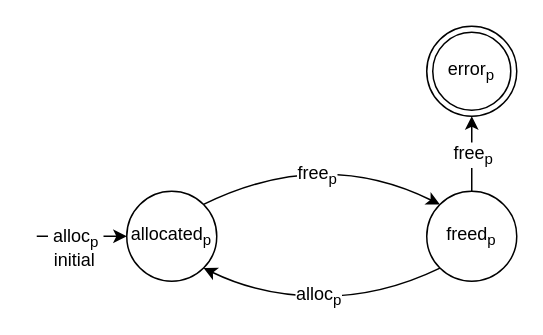
This is background/figures/double-free.drawio from andersfischernielsen/Finding-Resource-Manipulation-Bugs-with-Monitor-Automata-on-the-Example-of-the-Linux-Kernel, a draw.io file, before an edit. Source tidied: cells renumbered, new cells numbered last; positions are measured from the earlier drawing's top-left corner, leaving out a move shared by most shapes. Both pictures are drawn from the tidied source at 150%, with x=0, y=0 at pixel (36, 26).
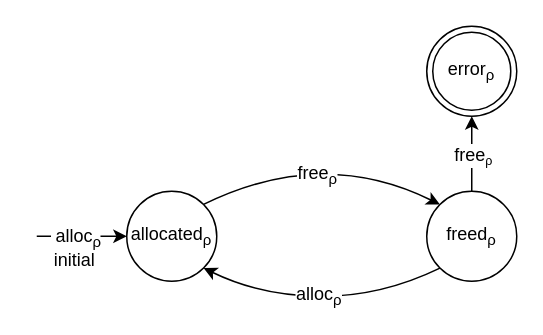
The same page after the edit.

Diff of the diagram source:
```diff
@@
 <mxGraphModel>
   <root>
     <mxCell id="0" />
     <mxCell id="1" parent="0" />
-    <mxCell id="2" value="allocated&lt;sub&gt;p&lt;/sub&gt;" style="ellipse;whiteSpace=wrap;html=1;" parent="1" vertex="1">
+    <mxCell id="2" value="allocated&lt;span style=&quot;white-space: nowrap ; background-color: rgb(255 , 255 , 255)&quot;&gt;&lt;sub&gt;ρ&lt;/sub&gt;&lt;/span&gt;" style="ellipse;whiteSpace=wrap;html=1;" parent="1" vertex="1">
       <mxGeometry x="60" y="110" width="60" height="60" as="geometry" />
     </mxCell>
     <mxCell id="3" style="endArrow=classic;html=1;exitX=0.5;exitY=0;exitDx=0;exitDy=0;" parent="1" edge="1" source="5">
       <mxGeometry relative="1" as="geometry">
         <mxPoint x="290" y="60" as="targetPoint" />
       </mxGeometry>
     </mxCell>
-    <mxCell id="4" value="free&lt;sub&gt;p&lt;/sub&gt;" style="text;html=1;align=center;verticalAlign=middle;labelBackgroundColor=#ffffff;" parent="3" vertex="1">
+    <mxCell id="4" value="free&lt;span style=&quot;font-size: 10px&quot;&gt;&lt;sub&gt;ρ&lt;/sub&gt;&lt;/span&gt;" style="text;html=1;align=center;verticalAlign=middle;labelBackgroundColor=#ffffff;" parent="3" vertex="1">
       <mxGeometry x="0.48" y="-2" relative="1" as="geometry">
         <mxPoint x="-2" y="12" as="offset" />
       </mxGeometry>
     </mxCell>
-    <mxCell id="5" value="freed&lt;sub&gt;p&lt;/sub&gt;" style="ellipse;whiteSpace=wrap;html=1;" parent="1" vertex="1">
+    <mxCell id="5" value="freed&lt;sub&gt;ρ&lt;/sub&gt;" style="ellipse;whiteSpace=wrap;html=1;" parent="1" vertex="1">
       <mxGeometry x="260" y="110" width="60" height="60" as="geometry" />
     </mxCell>
     <mxCell id="6" style="curved=1;endArrow=classic;html=1;exitX=1;exitY=0;exitDx=0;exitDy=0;entryX=0;entryY=0;entryDx=0;entryDy=0;" parent="1" edge="1" source="2" target="5">
       <mxGeometry relative="1" as="geometry">
         <Array as="points">
           <mxPoint x="190" y="80" />
         </Array>
       </mxGeometry>
     </mxCell>
-    <mxCell id="7" value="&lt;div&gt;free&lt;sub&gt;p&lt;/sub&gt;&lt;/div&gt;" style="text;html=1;align=center;verticalAlign=middle;labelBackgroundColor=#ffffff;" parent="6" vertex="1">
+    <mxCell id="7" value="&lt;div&gt;free&lt;sub&gt;ρ&lt;/sub&gt;&lt;/div&gt;" style="text;html=1;align=center;verticalAlign=middle;labelBackgroundColor=#ffffff;" parent="6" vertex="1">
       <mxGeometry x="-0.14" y="-15" relative="1" as="geometry" />
     </mxCell>
     <mxCell id="8" style="curved=1;endArrow=classic;html=1;entryX=1;entryY=1;entryDx=0;entryDy=0;exitX=0;exitY=1;exitDx=0;exitDy=0;" parent="1" edge="1" source="5" target="2">
       <mxGeometry relative="1" as="geometry">
         <Array as="points">
           <mxPoint x="230" y="180" />
           <mxPoint x="150" y="180" />
         </Array>
       </mxGeometry>
     </mxCell>
-    <mxCell id="9" value="alloc&lt;sub&gt;p&lt;/sub&gt;" style="text;html=1;align=center;verticalAlign=middle;labelBackgroundColor=#ffffff;" parent="8" vertex="1">
+    <mxCell id="9" value="alloc&lt;sub&gt;ρ&lt;/sub&gt;" style="text;html=1;align=center;verticalAlign=middle;labelBackgroundColor=#ffffff;" parent="8" vertex="1">
       <mxGeometry x="0.04" y="-1" relative="1" as="geometry" />
     </mxCell>
-    <mxCell id="10" value="error&lt;sub&gt;p&lt;/sub&gt;" style="ellipse;shape=doubleEllipse;whiteSpace=wrap;html=1;" parent="1" vertex="1">
+    <mxCell id="10" value="error&lt;sub&gt;ρ&lt;/sub&gt;" style="ellipse;shape=doubleEllipse;whiteSpace=wrap;html=1;" parent="1" vertex="1">
       <mxGeometry x="260" width="60" height="60" as="geometry" />
     </mxCell>
     <mxCell id="11" style="endArrow=classic;html=1;entryX=0;entryY=0.5;entryDx=0;entryDy=0;exitX=1;exitY=0.5;exitDx=0;exitDy=0;" parent="1" edge="1" target="2">
       <mxGeometry relative="1" as="geometry">
         <mxPoint y="140" as="sourcePoint" />
       </mxGeometry>
     </mxCell>
     <mxCell id="12" value="initial" style="text;html=1;align=center;verticalAlign=top;labelBackgroundColor=#ffffff;" parent="11" vertex="1">
       <mxGeometry x="-0.08" y="1" relative="1" as="geometry">
         <mxPoint x="-3.6" y="3" as="offset" />
       </mxGeometry>
     </mxCell>
-    <mxCell id="13" value="&amp;nbsp;alloc&lt;sub&gt;p&lt;/sub&gt;&amp;nbsp;" style="text;html=1;align=center;verticalAlign=middle;labelBackgroundColor=#ffffff;" parent="11" vertex="1">
+    <mxCell id="13" value="&amp;nbsp;alloc&lt;sub&gt;ρ&lt;/sub&gt;" style="text;html=1;align=center;verticalAlign=middle;labelBackgroundColor=#ffffff;" parent="11" vertex="1">
       <mxGeometry x="-0.17" relative="1" as="geometry" />
     </mxCell>
   </root>
 </mxGraphModel>
```
